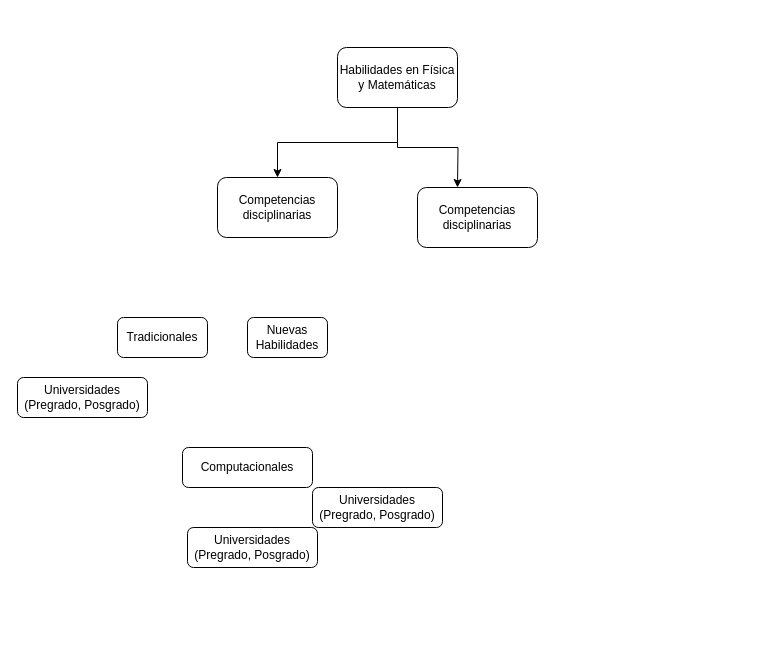
Above: Untitled Diagram.drawio in Andrescqs/test (draw.io), before the change. Source tidied: cells renumbered, new cells numbered last; positions are measured from the earlier drawing's top-left corner, leaving out a move shared by most shapes. Both pictures are drawn from the tidied source at 100%, with x=0, y=0 at pixel (17, 47).
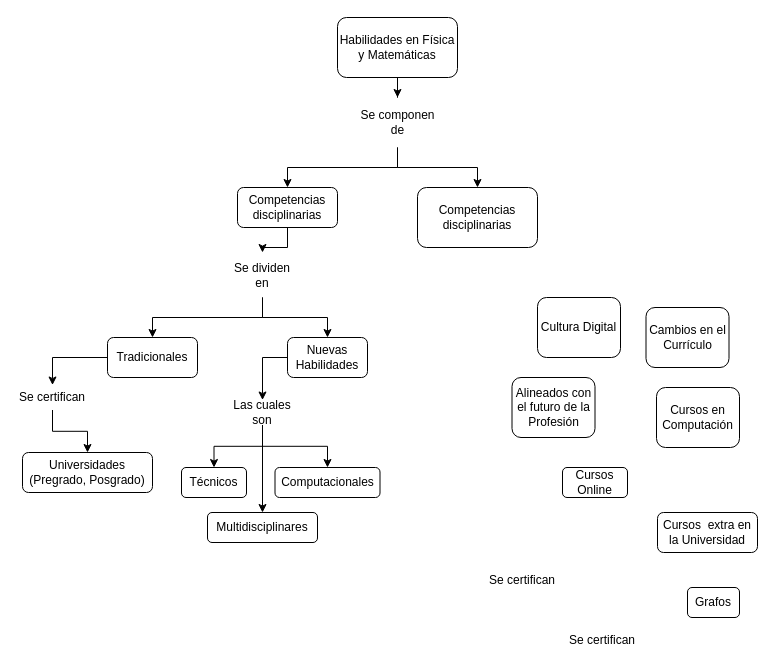
After the change.

The change refers to these unchanged cells:
```xml
<mxCell id="8" value="Competencias disciplinarias" style="rounded=1;whiteSpace=wrap;html=1;" parent="1" vertex="1">
  <mxGeometry x="400" y="140" width="120" height="60" as="geometry" />
</mxCell>
```

Diff of the diagram source:
```diff
@@
-    <mxCell id="2" style="edgeStyle=orthogonalEdgeStyle;rounded=0;jettySize=auto;html=1;" parent="1" edge="1" source="4" target="5">
-      <mxGeometry relative="1" as="geometry" />
-    </mxCell>
-    <mxCell id="3" style="edgeStyle=orthogonalEdgeStyle;rounded=0;jettySize=auto;html=1;" parent="1" edge="1" source="4">
-      <mxGeometry relative="1" as="geometry">
-        <mxPoint x="440" y="140" as="targetPoint" />
-      </mxGeometry>
-    </mxCell>
+    <mxCell id="13" style="edgeStyle=orthogonalEdgeStyle;rounded=0;jettySize=auto;html=1;entryX=0.5;entryY=0;entryDx=0;entryDy=0;" parent="1" edge="1" source="4" target="26">
+      <mxGeometry relative="1" as="geometry" />
+    </mxCell>
     <mxCell id="4" value="Habilidades en Física y Matemáticas" style="rounded=1;whiteSpace=wrap;html=1;" parent="1" vertex="1">
-      <mxGeometry x="320" width="120" height="60" as="geometry" />
+      <mxGeometry x="320" y="-30" width="120" height="60" as="geometry" />
     </mxCell>
+    <mxCell id="14" style="edgeStyle=orthogonalEdgeStyle;rounded=0;jettySize=auto;html=1;entryX=0.5;entryY=0;entryDx=0;entryDy=0;" parent="1" edge="1" source="5" target="29">
+      <mxGeometry relative="1" as="geometry" />
+    </mxCell>
     <mxCell id="5" value="Competencias disciplinarias" style="rounded=1;whiteSpace=wrap;html=1;" parent="1" vertex="1">
-      <mxGeometry x="200" y="130" width="120" height="60" as="geometry" />
+      <mxGeometry x="220" y="140" width="100" height="40" as="geometry" />
     </mxCell>
+    <mxCell id="15" style="edgeStyle=orthogonalEdgeStyle;rounded=0;jettySize=auto;html=1;entryX=0.5;entryY=0;entryDx=0;entryDy=0;exitX=0;exitY=0.5;exitDx=0;exitDy=0;" parent="1" edge="1" source="6" target="35">
+      <mxGeometry relative="1" as="geometry" />
+    </mxCell>
     <mxCell id="6" value="Nuevas Habilidades" style="rounded=1;whiteSpace=wrap;html=1;" parent="1" vertex="1">
-      <mxGeometry x="230" y="270" width="80" height="40" as="geometry" />
+      <mxGeometry x="270" y="290" width="80" height="40" as="geometry" />
     </mxCell>
+    <mxCell id="16" style="edgeStyle=orthogonalEdgeStyle;rounded=0;jettySize=auto;html=1;entryX=0.5;entryY=0;entryDx=0;entryDy=0;" parent="1" edge="1" source="7" target="31">
+      <mxGeometry relative="1" as="geometry" />
+    </mxCell>
     <mxCell id="7" value="Tradicionales" style="rounded=1;whiteSpace=wrap;html=1;" parent="1" vertex="1">
-      <mxGeometry x="100" y="270" width="90" height="40" as="geometry" />
+      <mxGeometry x="90" y="290" width="90" height="40" as="geometry" />
     </mxCell>
@@
     <mxCell id="9" value="Universidades&lt;br&gt;(Pregrado, Posgrado)" style="rounded=1;whiteSpace=wrap;html=1;" parent="1" vertex="1">
-      <mxGeometry y="330" width="130" height="40" as="geometry" />
+      <mxGeometry x="5" y="405" width="130" height="40" as="geometry" />
     </mxCell>
     <mxCell id="10" value="Computacionales" style="rounded=1;whiteSpace=wrap;html=1;" parent="1" vertex="1">
-      <mxGeometry x="165" y="400" width="130" height="40" as="geometry" />
+      <mxGeometry x="257.5" y="420" width="105" height="30" as="geometry" />
     </mxCell>
-    <mxCell id="11" value="Universidades&lt;br&gt;(Pregrado, Posgrado)" style="rounded=1;whiteSpace=wrap;html=1;" parent="1" vertex="1">
-      <mxGeometry x="295" y="440" width="130" height="40" as="geometry" />
+    <mxCell id="11" value="Técnicos" style="rounded=1;whiteSpace=wrap;html=1;" parent="1" vertex="1">
+      <mxGeometry x="164" y="420" width="65" height="30" as="geometry" />
     </mxCell>
-    <mxCell id="12" value="Universidades&lt;br&gt;(Pregrado, Posgrado)" style="rounded=1;whiteSpace=wrap;html=1;" parent="1" vertex="1">
-      <mxGeometry x="170" y="480" width="130" height="40" as="geometry" />
+    <mxCell id="12" value="Multidisciplinares" style="rounded=1;whiteSpace=wrap;html=1;" parent="1" vertex="1">
+      <mxGeometry x="190" y="465" width="110" height="30" as="geometry" />
     </mxCell>
+    <mxCell id="17" value="Cursos Online" style="rounded=1;whiteSpace=wrap;html=1;" parent="1" vertex="1">
+      <mxGeometry x="545" y="420" width="65" height="30" as="geometry" />
+    </mxCell>
+    <mxCell id="18" value="Cursos &amp;nbsp;extra en la Universidad" style="rounded=1;whiteSpace=wrap;html=1;" parent="1" vertex="1">
+      <mxGeometry x="640" y="465" width="100" height="40" as="geometry" />
+    </mxCell>
+    <mxCell id="19" value="Grafos" style="rounded=1;whiteSpace=wrap;html=1;" parent="1" vertex="1">
+      <mxGeometry x="670" y="540" width="52" height="30" as="geometry" />
+    </mxCell>
+    <mxCell id="20" value="Alineados con el futuro de la Profesión" style="rounded=1;whiteSpace=wrap;html=1;" parent="1" vertex="1">
+      <mxGeometry x="494.5" y="330" width="83" height="60" as="geometry" />
+    </mxCell>
+    <mxCell id="21" value="Cambios en el Currículo" style="rounded=1;whiteSpace=wrap;html=1;" parent="1" vertex="1">
+      <mxGeometry x="628.5" y="260" width="83" height="60" as="geometry" />
+    </mxCell>
+    <mxCell id="22" value="Cursos en Computación" style="rounded=1;whiteSpace=wrap;html=1;" parent="1" vertex="1">
+      <mxGeometry x="639" y="340" width="83" height="60" as="geometry" />
+    </mxCell>
+    <mxCell id="23" value="Cultura Digital" style="rounded=1;whiteSpace=wrap;html=1;" parent="1" vertex="1">
+      <mxGeometry x="520" y="250" width="83" height="60" as="geometry" />
+    </mxCell>
+    <mxCell id="24" style="edgeStyle=orthogonalEdgeStyle;rounded=0;jettySize=auto;html=1;entryX=0.5;entryY=0;entryDx=0;entryDy=0;exitX=0.5;exitY=1;exitDx=0;exitDy=0;" parent="1" edge="1" source="26" target="5">
+      <mxGeometry relative="1" as="geometry" />
+    </mxCell>
+    <mxCell id="25" style="edgeStyle=orthogonalEdgeStyle;rounded=0;jettySize=auto;html=1;entryX=0.5;entryY=0;entryDx=0;entryDy=0;" parent="1" edge="1" source="26" target="8">
+      <mxGeometry relative="1" as="geometry" />
+    </mxCell>
+    <mxCell id="26" value="Se componen de" style="text;html=1;strokeColor=none;fillColor=none;align=center;verticalAlign=middle;whiteSpace=wrap;rounded=0;" parent="1" vertex="1">
+      <mxGeometry x="337.5" y="50" width="85" height="50" as="geometry" />
+    </mxCell>
+    <mxCell id="27" style="edgeStyle=orthogonalEdgeStyle;rounded=0;jettySize=auto;html=1;entryX=0.5;entryY=0;entryDx=0;entryDy=0;exitX=0.5;exitY=1;exitDx=0;exitDy=0;" parent="1" edge="1" source="29" target="7">
+      <mxGeometry relative="1" as="geometry" />
+    </mxCell>
+    <mxCell id="28" style="edgeStyle=orthogonalEdgeStyle;rounded=0;jettySize=auto;html=1;entryX=0.5;entryY=0;entryDx=0;entryDy=0;" parent="1" edge="1" source="29" target="6">
+      <mxGeometry relative="1" as="geometry" />
+    </mxCell>
+    <mxCell id="29" value="Se dividen en" style="text;html=1;strokeColor=none;fillColor=none;align=center;verticalAlign=middle;whiteSpace=wrap;rounded=0;" parent="1" vertex="1">
+      <mxGeometry x="210" y="205" width="70" height="45" as="geometry" />
+    </mxCell>
+    <mxCell id="30" style="edgeStyle=orthogonalEdgeStyle;rounded=0;jettySize=auto;html=1;entryX=0.5;entryY=0;entryDx=0;entryDy=0;" parent="1" edge="1" source="31" target="9">
+      <mxGeometry relative="1" as="geometry" />
+    </mxCell>
+    <mxCell id="31" value="Se certifican" style="text;html=1;strokeColor=none;fillColor=none;align=center;verticalAlign=middle;whiteSpace=wrap;rounded=0;" parent="1" vertex="1">
+      <mxGeometry y="337.5" width="70" height="25" as="geometry" />
+    </mxCell>
+    <mxCell id="32" style="edgeStyle=orthogonalEdgeStyle;rounded=0;jettySize=auto;html=1;entryX=0.5;entryY=0;entryDx=0;entryDy=0;" parent="1" edge="1" source="35" target="10">
+      <mxGeometry relative="1" as="geometry" />
+    </mxCell>
+    <mxCell id="33" style="edgeStyle=orthogonalEdgeStyle;rounded=0;jettySize=auto;html=1;entryX=0.5;entryY=0;entryDx=0;entryDy=0;" parent="1" edge="1" source="35" target="11">
+      <mxGeometry relative="1" as="geometry" />
+    </mxCell>
+    <mxCell id="34" style="edgeStyle=orthogonalEdgeStyle;rounded=0;jettySize=auto;html=1;entryX=0.5;entryY=0;entryDx=0;entryDy=0;" parent="1" edge="1" source="35" target="12">
+      <mxGeometry relative="1" as="geometry" />
+    </mxCell>
+    <mxCell id="35" value="Las cuales son" style="text;html=1;strokeColor=none;fillColor=none;align=center;verticalAlign=middle;whiteSpace=wrap;rounded=0;" parent="1" vertex="1">
+      <mxGeometry x="210" y="352.5" width="70" height="25" as="geometry" />
+    </mxCell>
+    <mxCell id="36" value="Se certifican" style="text;html=1;strokeColor=none;fillColor=none;align=center;verticalAlign=middle;whiteSpace=wrap;rounded=0;" parent="1" vertex="1">
+      <mxGeometry x="470" y="520" width="70" height="25" as="geometry" />
+    </mxCell>
+    <mxCell id="37" value="Se certifican" style="text;html=1;strokeColor=none;fillColor=none;align=center;verticalAlign=middle;whiteSpace=wrap;rounded=0;" parent="1" vertex="1">
+      <mxGeometry x="550" y="580" width="70" height="25" as="geometry" />
+    </mxCell>
```
